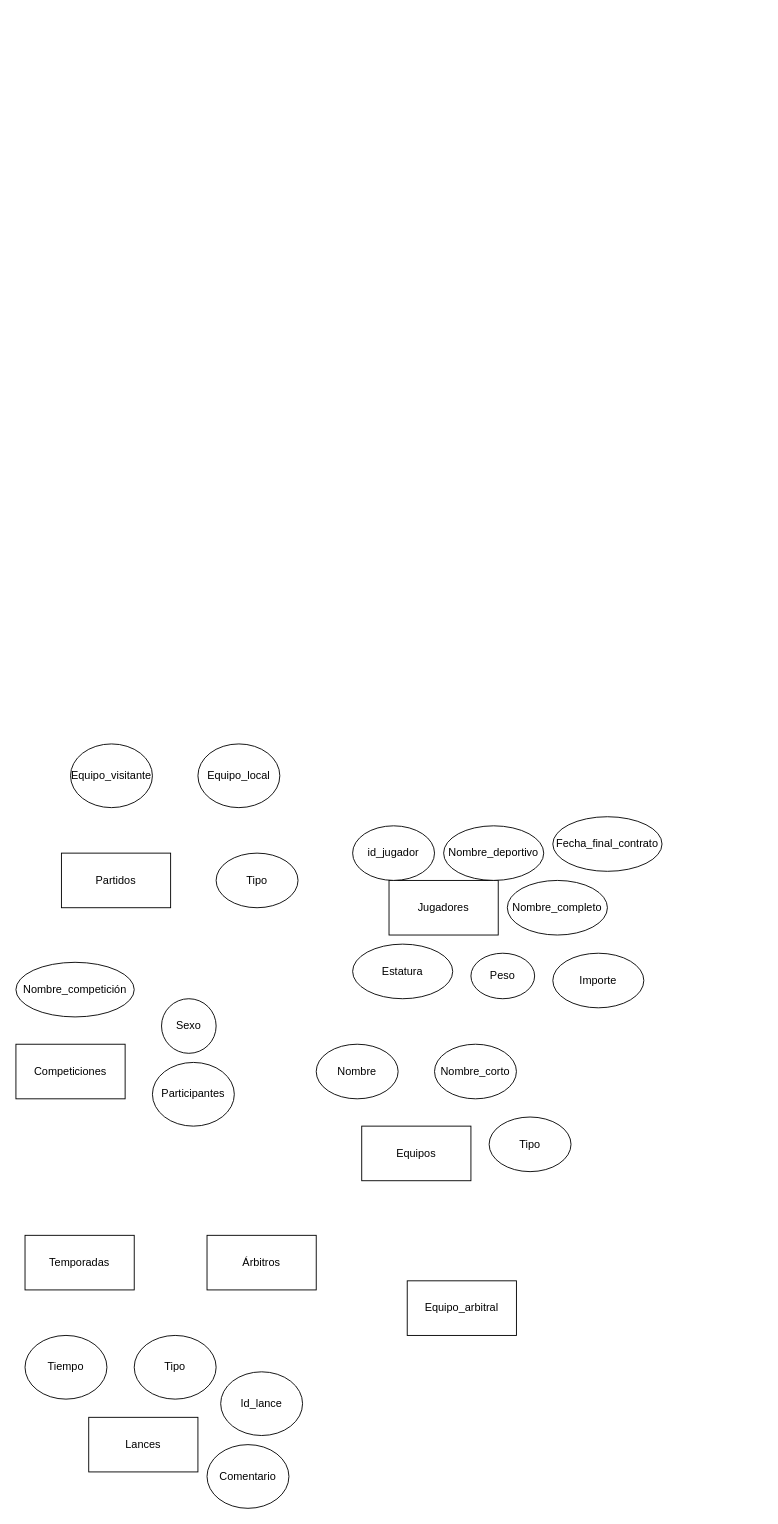
aloantony/TrabajosEnGrupoGII-DalilaTony keeps this draw.io diagram as Diagrama sin título.drawio. Above is the earlier version. Source tidied: cells renumbered, new cells numbered last; positions are measured from the earlier drawing's top-left corner, leaving out a move shared by most shapes. Both pictures are drawn from the tidied source at 91%, with x=0, y=0 at pixel (15, 743).
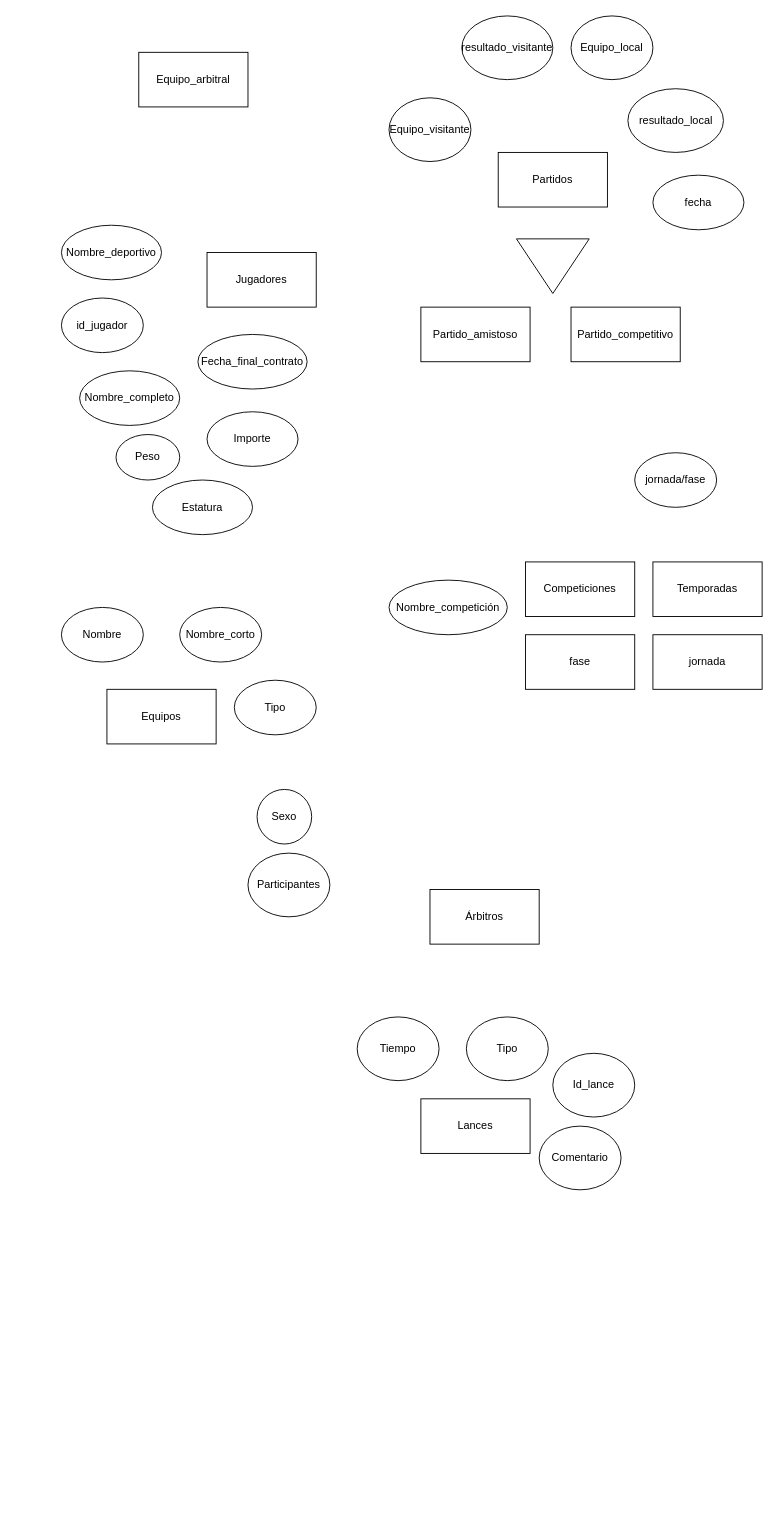
After the change.

Commit message:
version sin terminar toni

Change to the diagram source:
```diff
@@
     <mxCell id="2" value="Partidos" style="rounded=0;whiteSpace=wrap;html=1;" parent="1" vertex="1">
-      <mxGeometry x="50" y="120" width="120" height="60" as="geometry" />
+      <mxGeometry x="530" y="-650" width="120" height="60" as="geometry" />
     </mxCell>
     <mxCell id="3" value="Equipos" style="rounded=0;whiteSpace=wrap;html=1;" parent="1" vertex="1">
-      <mxGeometry x="380" y="420" width="120" height="60" as="geometry" />
+      <mxGeometry x="100" y="-60" width="120" height="60" as="geometry" />
     </mxCell>
-    <mxCell id="4" value="Tipo" style="ellipse;whiteSpace=wrap;html=1;" parent="1" vertex="1">
-      <mxGeometry x="220" y="120" width="90" height="60" as="geometry" />
-    </mxCell>
     <mxCell id="5" value="Equipo_local" style="ellipse;whiteSpace=wrap;html=1;" parent="1" vertex="1">
-      <mxGeometry x="200" width="90" height="70" as="geometry" />
+      <mxGeometry x="610" y="-800" width="90" height="70" as="geometry" />
     </mxCell>
     <mxCell id="6" value="Equipo_visitante" style="ellipse;whiteSpace=wrap;html=1;" parent="1" vertex="1">
-      <mxGeometry x="60" width="90" height="70" as="geometry" />
+      <mxGeometry x="410" y="-710" width="90" height="70" as="geometry" />
     </mxCell>
     <mxCell id="7" value="Nombre" style="ellipse;whiteSpace=wrap;html=1;" parent="1" vertex="1">
-      <mxGeometry x="330" y="330" width="90" height="60" as="geometry" />
+      <mxGeometry x="50" y="-150" width="90" height="60" as="geometry" />
     </mxCell>
     <mxCell id="8" value="Nombre_corto" style="ellipse;whiteSpace=wrap;html=1;" parent="1" vertex="1">
-      <mxGeometry x="460" y="330" width="90" height="60" as="geometry" />
+      <mxGeometry x="180" y="-150" width="90" height="60" as="geometry" />
     </mxCell>
     <mxCell id="9" value="Tipo" style="ellipse;whiteSpace=wrap;html=1;" parent="1" vertex="1">
-      <mxGeometry x="520" y="410" width="90" height="60" as="geometry" />
+      <mxGeometry x="240" y="-70" width="90" height="60" as="geometry" />
     </mxCell>
     <mxCell id="10" value="Competiciones" style="rounded=0;whiteSpace=wrap;html=1;" parent="1" vertex="1">
-      <mxGeometry y="330" width="120" height="60" as="geometry" />
+      <mxGeometry x="560" y="-200" width="120" height="60" as="geometry" />
     </mxCell>
     <mxCell id="11" value="Temporadas" style="rounded=0;whiteSpace=wrap;html=1;" parent="1" vertex="1">
-      <mxGeometry x="10" y="540" width="120" height="60" as="geometry" />
+      <mxGeometry x="700" y="-200" width="120" height="60" as="geometry" />
     </mxCell>
     <mxCell id="12" value="Participantes" style="ellipse;whiteSpace=wrap;html=1;" parent="1" vertex="1">
-      <mxGeometry x="150" y="350" width="90" height="70" as="geometry" />
+      <mxGeometry x="255" y="120" width="90" height="70" as="geometry" />
     </mxCell>
     <mxCell id="13" value="Sexo" style="ellipse;whiteSpace=wrap;html=1;" parent="1" vertex="1">
-      <mxGeometry x="160" y="280" width="60" height="60" as="geometry" />
+      <mxGeometry x="265" y="50" width="60" height="60" as="geometry" />
     </mxCell>
     <mxCell id="14" value="Nombre_competición" style="ellipse;whiteSpace=wrap;html=1;" parent="1" vertex="1">
-      <mxGeometry y="240" width="130" height="60" as="geometry" />
+      <mxGeometry x="410" y="-180" width="130" height="60" as="geometry" />
     </mxCell>
     <mxCell id="15" value="Árbitros" style="rounded=0;whiteSpace=wrap;html=1;" parent="1" vertex="1">
-      <mxGeometry x="210" y="540" width="120" height="60" as="geometry" />
+      <mxGeometry x="455" y="160" width="120" height="60" as="geometry" />
     </mxCell>
     <mxCell id="16" value="Equipo_arbitral" style="rounded=0;whiteSpace=wrap;html=1;" parent="1" vertex="1">
-      <mxGeometry x="430" y="590" width="120" height="60" as="geometry" />
+      <mxGeometry x="135" y="-760" width="120" height="60" as="geometry" />
     </mxCell>
     <mxCell id="17" value="Jugadores" style="rounded=0;whiteSpace=wrap;html=1;" parent="1" vertex="1">
-      <mxGeometry x="410" y="150" width="120" height="60" as="geometry" />
+      <mxGeometry x="210" y="-540" width="120" height="60" as="geometry" />
     </mxCell>
     <mxCell id="18" value="Nombre_completo" style="ellipse;whiteSpace=wrap;html=1;" parent="1" vertex="1">
-      <mxGeometry x="540" y="150" width="110" height="60" as="geometry" />
+      <mxGeometry x="70" y="-410" width="110" height="60" as="geometry" />
     </mxCell>
     <mxCell id="19" value="Nombre_deportivo" style="ellipse;whiteSpace=wrap;html=1;" parent="1" vertex="1">
-      <mxGeometry x="470" y="90" width="110" height="60" as="geometry" />
+      <mxGeometry x="50" y="-570" width="110" height="60" as="geometry" />
     </mxCell>
     <mxCell id="20" value="id_jugador" style="ellipse;whiteSpace=wrap;html=1;" parent="1" vertex="1">
-      <mxGeometry x="370" y="90" width="90" height="60" as="geometry" />
+      <mxGeometry x="50" y="-490" width="90" height="60" as="geometry" />
     </mxCell>
     <mxCell id="21" value="Peso" style="ellipse;whiteSpace=wrap;html=1;" parent="1" vertex="1">
-      <mxGeometry x="500" y="230" width="70" height="50" as="geometry" />
+      <mxGeometry x="110" y="-340" width="70" height="50" as="geometry" />
     </mxCell>
     <mxCell id="22" value="Estatura" style="ellipse;whiteSpace=wrap;html=1;" parent="1" vertex="1">
-      <mxGeometry x="370" y="220" width="110" height="60" as="geometry" />
+      <mxGeometry x="150" y="-290" width="110" height="60" as="geometry" />
     </mxCell>
     <mxCell id="23" value="Fecha_final_contrato" style="ellipse;whiteSpace=wrap;html=1;" parent="1" vertex="1">
-      <mxGeometry x="590" y="80" width="120" height="60" as="geometry" />
+      <mxGeometry x="200" y="-450" width="120" height="60" as="geometry" />
     </mxCell>
     <mxCell id="24" value="Importe" style="ellipse;whiteSpace=wrap;html=1;" parent="1" vertex="1">
-      <mxGeometry x="590" y="230" width="100" height="60" as="geometry" />
+      <mxGeometry x="210" y="-365" width="100" height="60" as="geometry" />
     </mxCell>
     <mxCell id="25" value="Lances" style="rounded=0;whiteSpace=wrap;html=1;" parent="1" vertex="1">
-      <mxGeometry x="80" y="740" width="120" height="60" as="geometry" />
+      <mxGeometry x="445" y="390" width="120" height="60" as="geometry" />
     </mxCell>
     <mxCell id="26" value="Tipo" style="ellipse;whiteSpace=wrap;html=1;" parent="1" vertex="1">
-      <mxGeometry x="130" y="650" width="90" height="70" as="geometry" />
+      <mxGeometry x="495" y="300" width="90" height="70" as="geometry" />
     </mxCell>
     <mxCell id="27" value="Tiempo" style="ellipse;whiteSpace=wrap;html=1;" parent="1" vertex="1">
-      <mxGeometry x="10" y="650" width="90" height="70" as="geometry" />
+      <mxGeometry x="375" y="300" width="90" height="70" as="geometry" />
     </mxCell>
     <mxCell id="28" value="Id_lance" style="ellipse;whiteSpace=wrap;html=1;" parent="1" vertex="1">
-      <mxGeometry x="225" y="690" width="90" height="70" as="geometry" />
+      <mxGeometry x="590" y="340" width="90" height="70" as="geometry" />
     </mxCell>
     <mxCell id="29" value="Comentario" style="ellipse;whiteSpace=wrap;html=1;" parent="1" vertex="1">
-      <mxGeometry x="210" y="770" width="90" height="70" as="geometry" />
+      <mxGeometry x="575" y="420" width="90" height="70" as="geometry" />
     </mxCell>
+    <mxCell id="30" value="fecha" style="ellipse;whiteSpace=wrap;html=1;" parent="1" vertex="1">
+      <mxGeometry x="700" y="-625" width="100" height="60" as="geometry" />
+    </mxCell>
+    <mxCell id="31" value="resultado_local" style="ellipse;whiteSpace=wrap;html=1;" parent="1" vertex="1">
+      <mxGeometry x="672.5" y="-720" width="105" height="70" as="geometry" />
+    </mxCell>
+    <mxCell id="32" value="jornada/fase" style="ellipse;whiteSpace=wrap;html=1;" parent="1" vertex="1">
+      <mxGeometry x="680" y="-320" width="90" height="60" as="geometry" />
+    </mxCell>
+    <mxCell id="33" value="resultado_visitante" style="ellipse;whiteSpace=wrap;html=1;" parent="1" vertex="1">
+      <mxGeometry x="490" y="-800" width="100" height="70" as="geometry" />
+    </mxCell>
+    <mxCell id="34" value="fase" style="rounded=0;whiteSpace=wrap;html=1;" parent="1" vertex="1">
+      <mxGeometry x="560" y="-120" width="120" height="60" as="geometry" />
+    </mxCell>
+    <mxCell id="35" value="jornada" style="rounded=0;whiteSpace=wrap;html=1;" parent="1" vertex="1">
+      <mxGeometry x="700" y="-120" width="120" height="60" as="geometry" />
+    </mxCell>
+    <mxCell id="36" style="triangle;whiteSpace=wrap;html=1;rotation=90;" parent="1" vertex="1">
+      <mxGeometry x="560" y="-565" width="60" height="80" as="geometry" />
+    </mxCell>
+    <mxCell id="37" value="Partido_competitivo" style="rounded=0;whiteSpace=wrap;html=1;" parent="1" vertex="1">
+      <mxGeometry x="610" y="-480" width="120" height="60" as="geometry" />
+    </mxCell>
+    <mxCell id="38" value="Partido_amistoso" style="rounded=0;whiteSpace=wrap;html=1;" parent="1" vertex="1">
+      <mxGeometry x="445" y="-480" width="120" height="60" as="geometry" />
+    </mxCell>
```
